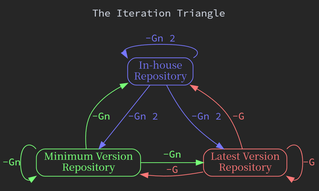
The Graphviz diagram Documents/iteration.png in YunHsiao/Crysknife, before a commit. Its source is kept beside it as Documents/iteration.dot. Its diagram source:
```dot

digraph G {
    layout=dot splines=true compound=true overlap=false bgcolor="#262626" rankdir=TB
    node [fontname="Noto Serif CJK SC" shape=box style=rounded color="#CDD3DE" fontcolor="#CDD3DE"]
    edge [fontname="Source Code Pro" color="#CDD3DE", fontcolor="#CDD3DE"]
    graph [center=true pad=0.5 nodesep=0.3]
    labelloc="t" fontname="Source Code Pro" fontcolor="#CDD3DE"
    label="The Iteration Triangle\n\n"

    A [label="In-house\nRepository" color="#7777FF" fontcolor="#7777FF"]
    B [label="Minimum Version\nRepository" color="#77FF77" fontcolor="#77FF77"]
    C [label="Latest Version\nRepository" color="#FF7777" fontcolor="#FF7777"]
    { rank = same; B; C; }

    edge [color="#FF7777", fontcolor="#FF7777"]
    C -> A [minlen=2 label="-G"]
    C -> B [label="-G"]
    C -> C [tailport=ne headport=se label="-G"]

    edge [color="#77FF77", fontcolor="#77FF77"]
    B -> A [label="-Gn"]
    B -> B [tailport=nw headport=sw label="-Gn"]
    B -> C [minlen=2 label="-Gn"]

    edge [color="#7777FF", fontcolor="#7777FF"]
    A -> A [tailport=ne headport=nw label="-Gn 2"]
    A -> B [minlen=2 label="-Gn 2"]
    A -> C [label="-Gn 2"]
}
```
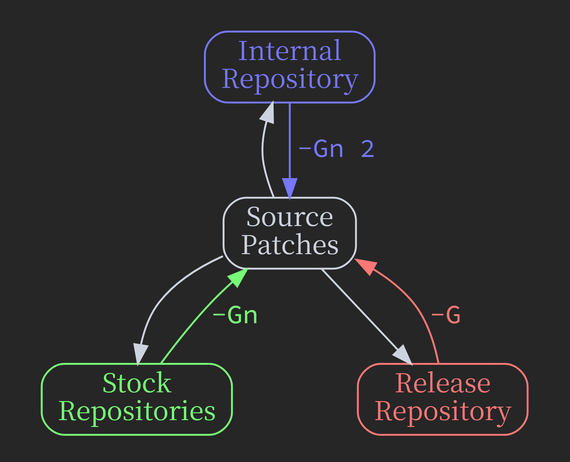
Later version of the same file.

Change to the diagram source:
```diff
@@ -3,27 +3,20 @@
     layout=dot splines=true compound=true overlap=false bgcolor="#262626" rankdir=TB
     node [fontname="Noto Serif CJK SC" shape=box style=rounded color="#CDD3DE" fontcolor="#CDD3DE"]
     edge [fontname="Source Code Pro" color="#CDD3DE", fontcolor="#CDD3DE"]
-    graph [center=true pad=0.5 nodesep=0.3]
-    labelloc="t" fontname="Source Code Pro" fontcolor="#CDD3DE"
-    label="The Iteration Triangle\n\n"
+    graph [center=true pad=0.5 nodesep=0.9]
 
-    A [label="In-house\nRepository" color="#7777FF" fontcolor="#7777FF"]
-    B [label="Minimum Version\nRepository" color="#77FF77" fontcolor="#77FF77"]
-    C [label="Latest Version\nRepository" color="#FF7777" fontcolor="#FF7777"]
+    A [label="Internal\nRepository" color="#7777FF" fontcolor="#7777FF"]
+    B [label="Stock\nRepositories" color="#77FF77" fontcolor="#77FF77"]
+    C [label="Release\nRepository" color="#FF7777" fontcolor="#FF7777"]
+    D [label="Source\nPatches"]
     { rank = same; B; C; }
 
-    edge [color="#FF7777", fontcolor="#FF7777"]
-    C -> A [minlen=2 label="-G"]
-    C -> B [label="-G"]
-    C -> C [tailport=ne headport=se label="-G"]
+    A -> D [dir=back]
+    D -> A [dir=back label=" -Gn 2" color="#7777FF", fontcolor="#7777FF"]
 
-    edge [color="#77FF77", fontcolor="#77FF77"]
-    B -> A [label="-Gn"]
-    B -> B [tailport=nw headport=sw label="-Gn"]
-    B -> C [minlen=2 label="-Gn"]
+    B -> D [label="-Gn" color="#77FF77", fontcolor="#77FF77"]
+    D -> B
 
-    edge [color="#7777FF", fontcolor="#7777FF"]
-    A -> A [tailport=ne headport=nw label="-Gn 2"]
-    A -> B [minlen=2 label="-Gn 2"]
-    A -> C [label="-Gn 2"]
+    C -> D [label="-G" color="#FF7777", fontcolor="#FF7777"]
+    D -> C
 }
```
